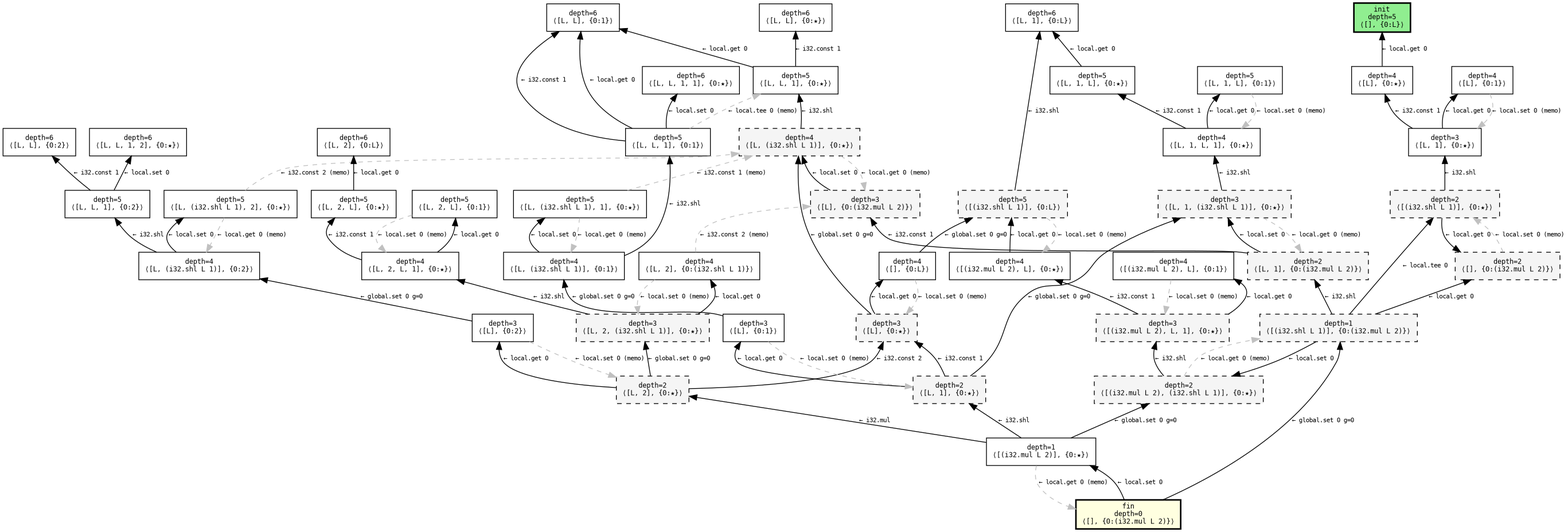
The Graphviz diagram examples/example-simple.png in tamaroning/wasm-superopt, before a commit. Its source is kept beside it as examples/example-simple.dot.
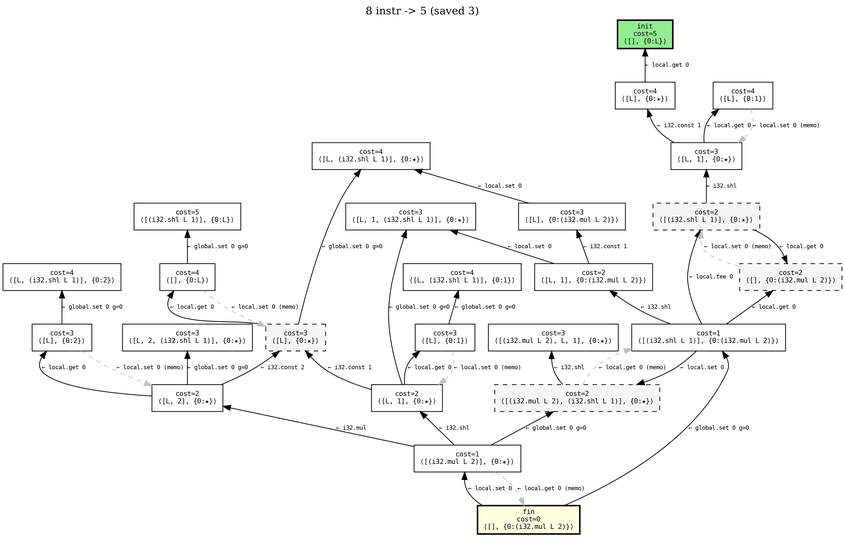
Above is the later version.

The edit, as a diff of the source:
```diff
@@ -1,54 +1,34 @@
 digraph search {
+  label="8 instr -> 5 (saved 3)"; labelloc=t;
   rankdir=BT;
-  graph [fontsize=10];
+  graph [dpi=300];
   node [shape=box, fontname="Courier", fontsize=9];
   edge [fontname="Courier", fontsize=8];
-  n0 [label="fin\ndepth=0\n⟨[], {0:(i32.mul L 2)}⟩", style="filled,bold", fillcolor="lightyellow"];
-  n1 [label="depth=1\n⟨[(i32.mul L 2)], {0:★}⟩", style="filled", fillcolor="white"];
-  n2 [label="depth=1\n⟨[(i32.shl L 1)], {0:(i32.mul L 2)}⟩", style="filled,dashed", fillcolor="whitesmoke"];
-  n3 [label="depth=2\n⟨[L, 2], {0:★}⟩", style="filled,dashed", fillcolor="whitesmoke"];
-  n4 [label="depth=2\n⟨[L, 1], {0:★}⟩", style="filled,dashed", fillcolor="whitesmoke"];
-  n5 [label="depth=2\n⟨[(i32.mul L 2), (i32.shl L 1)], {0:★}⟩", style="filled,dashed", fillcolor="whitesmoke"];
-  n6 [label="depth=2\n⟨[(i32.shl L 1)], {0:★}⟩", style="filled,dashed", fillcolor="whitesmoke"];
-  n7 [label="depth=2\n⟨[L, 1], {0:(i32.mul L 2)}⟩", style="filled,dashed", fillcolor="whitesmoke"];
-  n8 [label="depth=2\n⟨[], {0:(i32.mul L 2)}⟩", style="filled,dashed", fillcolor="whitesmoke"];
-  n9 [label="depth=3\n⟨[L], {0:★}⟩", style="filled,dashed", fillcolor="whitesmoke"];
-  n10 [label="depth=3\n⟨[L], {0:2}⟩", style="filled", fillcolor="white"];
-  n11 [label="depth=3\n⟨[L, 2, (i32.shl L 1)], {0:★}⟩", style="filled,dashed", fillcolor="whitesmoke"];
-  n12 [label="depth=3\n⟨[L], {0:1}⟩", style="filled", fillcolor="white"];
-  n13 [label="depth=3\n⟨[L, 1, (i32.shl L 1)], {0:★}⟩", style="filled,dashed", fillcolor="whitesmoke"];
-  n14 [label="depth=3\n⟨[(i32.mul L 2), L, 1], {0:★}⟩", style="filled,dashed", fillcolor="whitesmoke"];
-  n15 [label="depth=3\n⟨[L, 1], {0:★}⟩", style="filled", fillcolor="white"];
-  n16 [label="depth=3\n⟨[L], {0:(i32.mul L 2)}⟩", style="filled,dashed", fillcolor="whitesmoke"];
-  n17 [label="depth=4\n⟨[], {0:L}⟩", style="filled", fillcolor="white"];
-  n18 [label="depth=4\n⟨[L, (i32.shl L 1)], {0:★}⟩", style="filled,dashed", fillcolor="whitesmoke"];
-  n19 [label="depth=4\n⟨[L, (i32.shl L 1)], {0:2}⟩", style="filled", fillcolor="white"];
-  n20 [label="depth=4\n⟨[L, 2, L, 1], {0:★}⟩", style="filled", fillcolor="white"];
-  n21 [label="depth=4\n⟨[L, 2], {0:(i32.shl L 1)}⟩", style="filled", fillcolor="white"];
-  n22 [label="depth=4\n⟨[L, (i32.shl L 1)], {0:1}⟩", style="filled", fillcolor="white"];
-  n23 [label="depth=4\n⟨[L, 1, L, 1], {0:★}⟩", style="filled", fillcolor="white"];
-  n24 [label="depth=4\n⟨[(i32.mul L 2), L], {0:★}⟩", style="filled", fillcolor="white"];
-  n25 [label="depth=4\n⟨[(i32.mul L 2), L], {0:1}⟩", style="filled", fillcolor="white"];
-  n26 [label="depth=4\n⟨[L], {0:★}⟩", style="filled", fillcolor="white"];
-  n27 [label="depth=4\n⟨[L], {0:1}⟩", style="filled", fillcolor="white"];
-  n28 [label="depth=5\n⟨[(i32.shl L 1)], {0:L}⟩", style="filled,dashed", fillcolor="whitesmoke"];
-  n29 [label="depth=5\n⟨[L, L, 1], {0:★}⟩", style="filled", fillcolor="white"];
-  n30 [label="depth=5\n⟨[L, (i32.shl L 1), 2], {0:★}⟩", style="filled", fillcolor="white"];
-  n31 [label="depth=5\n⟨[L, L, 1], {0:2}⟩", style="filled", fillcolor="white"];
-  n32 [label="depth=5\n⟨[L, 2, L], {0:★}⟩", style="filled", fillcolor="white"];
-  n33 [label="depth=5\n⟨[L, 2, L], {0:1}⟩", style="filled", fillcolor="white"];
-  n34 [label="depth=5\n⟨[L, (i32.shl L 1), 1], {0:★}⟩", style="filled", fillcolor="white"];
-  n35 [label="depth=5\n⟨[L, L, 1], {0:1}⟩", style="filled", fillcolor="white"];
-  n36 [label="depth=5\n⟨[L, 1, L], {0:★}⟩", style="filled", fillcolor="white"];
-  n37 [label="depth=5\n⟨[L, 1, L], {0:1}⟩", style="filled", fillcolor="white"];
-  n38 [label="init\ndepth=5\n⟨[], {0:L}⟩", style="filled,bold", fillcolor="lightgreen"];
-  n39 [label="depth=6\n⟨[L, 1], {0:L}⟩", style="filled", fillcolor="white"];
-  n40 [label="depth=6\n⟨[L, L], {0:★}⟩", style="filled", fillcolor="white"];
-  n41 [label="depth=6\n⟨[L, L], {0:1}⟩", style="filled", fillcolor="white"];
-  n42 [label="depth=6\n⟨[L, L, 1, 2], {0:★}⟩", style="filled", fillcolor="white"];
-  n43 [label="depth=6\n⟨[L, L], {0:2}⟩", style="filled", fillcolor="white"];
-  n44 [label="depth=6\n⟨[L, 2], {0:L}⟩", style="filled", fillcolor="white"];
-  n45 [label="depth=6\n⟨[L, L, 1, 1], {0:★}⟩", style="filled", fillcolor="white"];
+  n0 [label="fin\ncost=0\n⟨[], {0:(i32.mul L 2)}⟩", style="filled,bold", fillcolor="lightyellow"];
+  n1 [label="cost=1\n⟨[(i32.mul L 2)], {0:★}⟩", style="filled", fillcolor="white"];
+  n2 [label="cost=1\n⟨[(i32.shl L 1)], {0:(i32.mul L 2)}⟩", style="filled", fillcolor="white"];
+  n3 [label="cost=2\n⟨[L, 2], {0:★}⟩", style="filled", fillcolor="white"];
+  n4 [label="cost=2\n⟨[L, 1], {0:★}⟩", style="filled", fillcolor="white"];
+  n5 [label="cost=2\n⟨[(i32.mul L 2), (i32.shl L 1)], {0:★}⟩", style="filled,dashed", fillcolor="whitesmoke"];
+  n6 [label="cost=2\n⟨[(i32.shl L 1)], {0:★}⟩", style="filled,dashed", fillcolor="whitesmoke"];
+  n7 [label="cost=2\n⟨[L, 1], {0:(i32.mul L 2)}⟩", style="filled", fillcolor="white"];
+  n8 [label="cost=2\n⟨[], {0:(i32.mul L 2)}⟩", style="filled,dashed", fillcolor="whitesmoke"];
+  n9 [label="cost=3\n⟨[L], {0:★}⟩", style="filled,dashed", fillcolor="whitesmoke"];
+  n10 [label="cost=3\n⟨[L], {0:1}⟩", style="filled", fillcolor="white"];
+  n11 [label="cost=3\n⟨[L, 1, (i32.shl L 1)], {0:★}⟩", style="filled", fillcolor="white"];
+  n12 [label="cost=3\n⟨[L, 1], {0:★}⟩", style="filled", fillcolor="white"];
+  n13 [label="cost=3\n⟨[L], {0:2}⟩", style="filled", fillcolor="white"];
+  n14 [label="cost=3\n⟨[L, 2, (i32.shl L 1)], {0:★}⟩", style="filled", fillcolor="white"];
+  n15 [label="cost=4\n⟨[L, (i32.shl L 1)], {0:2}⟩", style="filled", fillcolor="white"];
+  n16 [label="cost=4\n⟨[L, (i32.shl L 1)], {0:1}⟩", style="filled", fillcolor="white"];
+  n17 [label="cost=4\n⟨[], {0:L}⟩", style="filled", fillcolor="white"];
+  n18 [label="cost=4\n⟨[L, (i32.shl L 1)], {0:★}⟩", style="filled", fillcolor="white"];
+  n19 [label="cost=5\n⟨[(i32.shl L 1)], {0:L}⟩", style="filled", fillcolor="white"];
+  n20 [label="cost=3\n⟨[L], {0:(i32.mul L 2)}⟩", style="filled", fillcolor="white"];
+  n21 [label="cost=3\n⟨[(i32.mul L 2), L, 1], {0:★}⟩", style="filled", fillcolor="white"];
+  n22 [label="cost=4\n⟨[L], {0:★}⟩", style="filled", fillcolor="white"];
+  n23 [label="cost=4\n⟨[L], {0:1}⟩", style="filled", fillcolor="white"];
+  n24 [label="init\ncost=5\n⟨[], {0:L}⟩", style="filled,bold", fillcolor="lightgreen"];
   n0 -> n1 [label="← local.set 0"];
   n0 -> n2 [label="← global.set 0 g=0"];
   n1 -> n3 [label="← i32.mul"];
@@ -59,69 +39,31 @@
   n2 -> n6 [label="← local.tee 0"];
   n2 -> n7 [label="← i32.shl"];
   n2 -> n8 [label="← local.get 0"];
+  n4 -> n9 [label="← i32.const 1"];
+  n4 -> n10 [label="← local.get 0"];
+  n4 -> n11 [label="← global.set 0 g=0"];
+  n6 -> n12 [label="← i32.shl"];
+  n6 -> n8 [label="← local.get 0"];
+  n8 -> n6 [style=dashed, color=gray, label="← local.set 0 (memo)"];
   n3 -> n9 [label="← i32.const 2"];
-  n3 -> n10 [label="← local.get 0"];
-  n3 -> n11 [label="← global.set 0 g=0"];
-  n4 -> n9 [label="← i32.const 1"];
-  n4 -> n12 [label="← local.get 0"];
-  n4 -> n13 [label="← global.set 0 g=0"];
-  n5 -> n14 [label="← i32.shl"];
-  n5 -> n2 [style=dashed, color=gray, label="← local.get 0 (memo)"];
-  n6 -> n15 [label="← i32.shl"];
-  n6 -> n8 [label="← local.get 0"];
-  n7 -> n13 [label="← local.set 0"];
-  n7 -> n16 [label="← i32.const 1"];
-  n8 -> n6 [style=dashed, color=gray, label="← local.set 0 (memo)"];
+  n3 -> n13 [label="← local.get 0"];
+  n3 -> n14 [label="← global.set 0 g=0"];
+  n13 -> n3 [style=dashed, color=gray, label="← local.set 0 (memo)"];
+  n13 -> n15 [label="← global.set 0 g=0"];
+  n10 -> n4 [style=dashed, color=gray, label="← local.set 0 (memo)"];
+  n10 -> n16 [label="← global.set 0 g=0"];
   n9 -> n17 [label="← local.get 0"];
   n9 -> n18 [label="← global.set 0 g=0"];
-  n10 -> n3 [style=dashed, color=gray, label="← local.set 0 (memo)"];
-  n10 -> n19 [label="← global.set 0 g=0"];
-  n11 -> n20 [label="← i32.shl"];
-  n11 -> n21 [label="← local.get 0"];
-  n12 -> n4 [style=dashed, color=gray, label="← local.set 0 (memo)"];
-  n12 -> n22 [label="← global.set 0 g=0"];
-  n13 -> n23 [label="← i32.shl"];
-  n13 -> n7 [style=dashed, color=gray, label="← local.get 0 (memo)"];
-  n14 -> n24 [label="← i32.const 1"];
-  n14 -> n25 [label="← local.get 0"];
-  n15 -> n26 [label="← i32.const 1"];
-  n15 -> n27 [label="← local.get 0"];
-  n16 -> n18 [label="← local.set 0"];
   n17 -> n9 [style=dashed, color=gray, label="← local.set 0 (memo)"];
-  n17 -> n28 [label="← global.set 0 g=0"];
-  n18 -> n29 [label="← i32.shl"];
-  n18 -> n16 [style=dashed, color=gray, label="← local.get 0 (memo)"];
-  n19 -> n30 [label="← local.set 0"];
-  n19 -> n31 [label="← i32.shl"];
-  n20 -> n32 [label="← i32.const 1"];
-  n20 -> n33 [label="← local.get 0"];
-  n21 -> n11 [style=dashed, color=gray, label="← local.set 0 (memo)"];
-  n21 -> n16 [style=dashed, color=gray, label="← i32.const 2 (memo)"];
-  n22 -> n34 [label="← local.set 0"];
-  n22 -> n35 [label="← i32.shl"];
-  n23 -> n36 [label="← i32.const 1"];
-  n23 -> n37 [label="← local.get 0"];
-  n24 -> n28 [label="← local.get 0"];
-  n25 -> n14 [style=dashed, color=gray, label="← local.set 0 (memo)"];
-  n26 -> n38 [label="← local.get 0"];
-  n27 -> n15 [style=dashed, color=gray, label="← local.set 0 (memo)"];
-  n28 -> n24 [style=dashed, color=gray, label="← local.set 0 (memo)"];
-  n28 -> n39 [label="← i32.shl"];
-  n29 -> n40 [label="← i32.const 1"];
-  n29 -> n41 [label="← local.get 0"];
-  n30 -> n18 [style=dashed, color=gray, label="← i32.const 2 (memo)"];
-  n30 -> n19 [style=dashed, color=gray, label="← local.get 0 (memo)"];
-  n31 -> n42 [label="← local.set 0"];
-  n31 -> n43 [label="← i32.const 1"];
-  n32 -> n44 [label="← local.get 0"];
-  n33 -> n20 [style=dashed, color=gray, label="← local.set 0 (memo)"];
-  n34 -> n18 [style=dashed, color=gray, label="← i32.const 1 (memo)"];
-  n34 -> n22 [style=dashed, color=gray, label="← local.get 0 (memo)"];
-  n35 -> n45 [label="← local.set 0"];
-  n35 -> n29 [style=dashed, color=gray, label="← local.tee 0 (memo)"];
-  n35 -> n41 [label="← i32.const 1"];
-  n35 -> n41 [label="← local.get 0"];
-  n36 -> n39 [label="← local.get 0"];
-  n37 -> n23 [style=dashed, color=gray, label="← local.set 0 (memo)"];
-  n38 [penwidth=2];
+  n17 -> n19 [label="← global.set 0 g=0"];
+  n7 -> n11 [label="← local.set 0"];
+  n7 -> n20 [label="← i32.const 1"];
+  n5 -> n21 [label="← i32.shl"];
+  n5 -> n2 [style=dashed, color=gray, label="← local.get 0 (memo)"];
+  n12 -> n22 [label="← i32.const 1"];
+  n12 -> n23 [label="← local.get 0"];
+  n20 -> n18 [label="← local.set 0"];
+  n22 -> n24 [label="← local.get 0"];
+  n23 -> n12 [style=dashed, color=gray, label="← local.set 0 (memo)"];
+  n24 [penwidth=2];
 }
```
